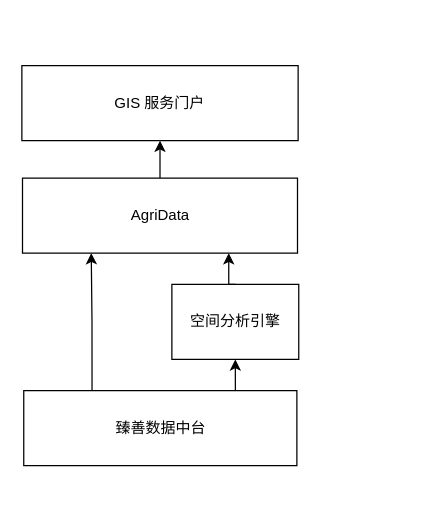
Before: page "第 2 页" (2 of 2) of GIS 一张图.drawio in GISering/diagram, a draw.io diagram. Source tidied: cells renumbered, new cells numbered last; positions are measured from the earlier drawing's top-left corner, leaving out a move shared by most shapes. Both pictures are drawn from the tidied source at 125%, with x=0, y=0 at pixel (21, 65).
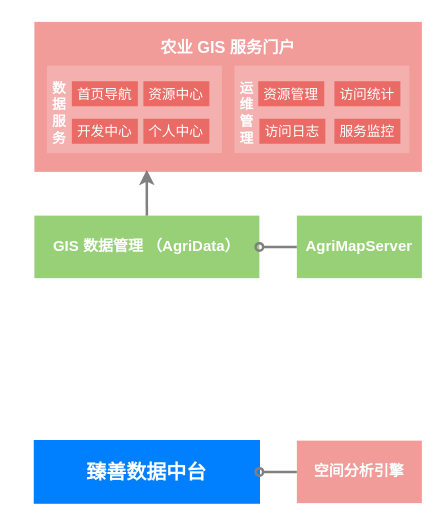
The same page after the edit.

Change to the diagram source:
```diff
@@
-    <mxCell id="2" style="edgeStyle=orthogonalEdgeStyle;rounded=0;jettySize=auto;html=1;exitX=0.75;exitY=0;exitDx=0;exitDy=0;entryX=0.5;entryY=1;entryDx=0;entryDy=0;" parent="1" edge="1" source="4" target="9">
-      <mxGeometry relative="1" as="geometry" />
-    </mxCell>
-    <mxCell id="3" style="edgeStyle=orthogonalEdgeStyle;rounded=0;jettySize=auto;html=1;exitX=0.25;exitY=0;exitDx=0;exitDy=0;entryX=0.25;entryY=1;entryDx=0;entryDy=0;" parent="1" edge="1" source="4" target="6">
-      <mxGeometry relative="1" as="geometry" />
-    </mxCell>
-    <mxCell id="4" value="臻善数据中台" style="rounded=0;whiteSpace=wrap;html=1;" parent="1" vertex="1">
-      <mxGeometry x="1.5" y="260" width="218.5" height="60" as="geometry" />
+    <mxCell id="4" value="臻善数据中台" style="rounded=0;whiteSpace=wrap;html=1;strokeColor=#007FFF;fillColor=#007FFF;fontColor=#FFFFFF;fontStyle=1;fontSize=16;" parent="1" vertex="1">
+      <mxGeometry x="10" y="300" width="180" height="50" as="geometry" />
     </mxCell>
-    <mxCell id="5" style="edgeStyle=orthogonalEdgeStyle;rounded=0;jettySize=auto;html=1;exitX=0.5;exitY=0;exitDx=0;exitDy=0;entryX=0.5;entryY=1;entryDx=0;entryDy=0;" parent="1" edge="1" source="6" target="7">
-      <mxGeometry relative="1" as="geometry" />
-    </mxCell>
-    <mxCell id="6" value="AgriData" style="rounded=0;whiteSpace=wrap;html=1;" parent="1" vertex="1">
-      <mxGeometry x="0.5" y="90" width="220" height="60" as="geometry" />
-    </mxCell>
-    <mxCell id="7" value="GIS 服务门户" style="rounded=0;whiteSpace=wrap;html=1;" parent="1" vertex="1">
-      <mxGeometry width="221" height="60" as="geometry" />
-    </mxCell>
-    <mxCell id="8" style="edgeStyle=orthogonalEdgeStyle;rounded=0;jettySize=auto;html=1;exitX=0.5;exitY=0;exitDx=0;exitDy=0;entryX=0.75;entryY=1;entryDx=0;entryDy=0;" parent="1" edge="1" source="9" target="6">
-      <mxGeometry relative="1" as="geometry" />
-    </mxCell>
+    <mxCell id="10" value="GIS 数据管理 （AgriData）" style="rounded=0;whiteSpace=wrap;html=1;fillColor=#97D077;strokeColor=none;fontColor=#FFFFFF;fontStyle=1;" parent="1" vertex="1">
+      <mxGeometry x="10" y="120" width="180" height="50" as="geometry" />
+    </mxCell>
+    <mxCell id="11" style="rounded=0;whiteSpace=wrap;html=1;fillColor=#F19C99;strokeColor=none;" parent="1" vertex="1">
+      <mxGeometry x="10" y="-35" width="310" height="120" as="geometry" />
+    </mxCell>
+    <mxCell id="12" style="edgeStyle=orthogonalEdgeStyle;rounded=0;jettySize=auto;html=1;exitX=0;exitY=0.5;exitDx=0;exitDy=0;entryX=1;entryY=0.5;entryDx=0;entryDy=0;endArrow=oval;endFill=0;strokeWidth=2;strokeColor=#808080;" parent="1" edge="1" source="9" target="4">
+      <mxGeometry relative="1" as="geometry" />
+    </mxCell>
+    <mxCell id="13" style="rounded=0;whiteSpace=wrap;html=1;strokeColor=none;fillColor=#FFFFFF;fontColor=#FFFFFF;fontStyle=1;verticalAlign=top;fontSize=13;opacity=20;" parent="1" vertex="1">
+      <mxGeometry x="20" width="140" height="70" as="geometry" />
+    </mxCell>
-    <mxCell id="9" value="空间分析引擎" style="rounded=0;whiteSpace=wrap;html=1;" parent="1" vertex="1">
-      <mxGeometry x="120" y="175" width="101.5" height="60" as="geometry" />
+    <mxCell id="9" value="空间分析引擎" style="rounded=0;whiteSpace=wrap;html=1;fillColor=#F19C99;strokeColor=none;fontStyle=1;fontColor=#FFFFFF;" parent="1" vertex="1">
+      <mxGeometry x="220" y="300" width="100" height="50" as="geometry" />
     </mxCell>
+    <mxCell id="14" style="rounded=0;whiteSpace=wrap;html=1;strokeColor=none;fillColor=#FFFFFF;fontColor=#FFFFFF;fontStyle=1;verticalAlign=top;opacity=20;" parent="1" vertex="1">
+      <mxGeometry x="170" width="140" height="70" as="geometry" />
+    </mxCell>
+    <mxCell id="15" value="农业 GIS 服务门户" style="text;html=1;strokeColor=none;fillColor=none;align=center;verticalAlign=middle;whiteSpace=wrap;rounded=0;fontStyle=1;fontColor=#FFFFFF;fontSize=13;" parent="1" vertex="1">
+      <mxGeometry x="88.1" y="-30" width="153.8" height="30" as="geometry" />
+    </mxCell>
+    <mxCell id="16" style="edgeStyle=orthogonalEdgeStyle;rounded=0;jettySize=auto;html=1;exitX=0;exitY=0.5;exitDx=0;exitDy=0;entryX=1;entryY=0.5;entryDx=0;entryDy=0;endArrow=oval;endFill=0;strokeWidth=2;strokeColor=#808080;" parent="1" edge="1" source="17" target="10">
+      <mxGeometry relative="1" as="geometry" />
+    </mxCell>
+    <mxCell id="17" value="AgriMapServer" style="rounded=0;whiteSpace=wrap;html=1;fillColor=#97D077;strokeColor=none;fontColor=#FFFFFF;fontStyle=1;" parent="1" vertex="1">
+      <mxGeometry x="220" y="120" width="100" height="50" as="geometry" />
+    </mxCell>
+    <mxCell id="18" style="edgeStyle=orthogonalEdgeStyle;rounded=0;jettySize=auto;html=1;exitX=0.5;exitY=0;exitDx=0;exitDy=0;entryX=0.29;entryY=0.986;entryDx=0;entryDy=0;entryPerimeter=0;strokeWidth=2;strokeColor=#808080;" parent="1" edge="1" source="10" target="11">
+      <mxGeometry relative="1" as="geometry" />
+    </mxCell>
+    <mxCell id="19" value="数据服务" style="text;html=1;strokeColor=none;fillColor=none;align=center;verticalAlign=middle;whiteSpace=wrap;rounded=0;fontSize=11;rotation=90;horizontal=0;fontStyle=1;fontColor=#FFFFFF;" parent="1" vertex="1">
+      <mxGeometry y="27.5" width="60" height="20" as="geometry" />
+    </mxCell>
+    <mxCell id="20" value="首页导航" style="rounded=0;whiteSpace=wrap;html=1;fillColor=#EA6B66;strokeColor=none;fontSize=11;fontStyle=0;fontColor=#FFFFFF;" parent="1" vertex="1">
+      <mxGeometry x="40" y="12.5" width="52.8" height="20" as="geometry" />
+    </mxCell>
+    <mxCell id="21" value="开发中心" style="rounded=0;whiteSpace=wrap;html=1;fillColor=#EA6B66;strokeColor=none;fontSize=11;fontStyle=0;fontColor=#FFFFFF;" parent="1" vertex="1">
+      <mxGeometry x="40" y="42.5" width="52.8" height="20" as="geometry" />
+    </mxCell>
+    <mxCell id="22" value="个人中心" style="rounded=0;whiteSpace=wrap;html=1;fillColor=#EA6B66;strokeColor=none;fontSize=11;fontStyle=0;fontColor=#FFFFFF;" parent="1" vertex="1">
+      <mxGeometry x="97.2" y="42.5" width="52.8" height="20" as="geometry" />
+    </mxCell>
+    <mxCell id="23" value="资源中心" style="rounded=0;whiteSpace=wrap;html=1;fillColor=#EA6B66;strokeColor=none;fontSize=11;fontStyle=0;fontColor=#FFFFFF;" parent="1" vertex="1">
+      <mxGeometry x="97.2" y="12.5" width="52.8" height="20" as="geometry" />
+    </mxCell>
+    <mxCell id="24" value="运维管理" style="text;html=1;strokeColor=none;fillColor=none;align=center;verticalAlign=middle;whiteSpace=wrap;rounded=0;fontSize=11;rotation=90;horizontal=0;fontStyle=1;fontColor=#FFFFFF;" parent="1" vertex="1">
+      <mxGeometry x="150" y="27.5" width="60" height="20" as="geometry" />
+    </mxCell>
+    <mxCell id="25" value="服务监控" style="rounded=0;whiteSpace=wrap;html=1;fillColor=#EA6B66;strokeColor=none;fontSize=11;fontStyle=0;fontColor=#FFFFFF;" parent="1" vertex="1">
+      <mxGeometry x="250" y="42.5" width="52.8" height="20" as="geometry" />
+    </mxCell>
+    <mxCell id="26" value="访问日志" style="rounded=0;whiteSpace=wrap;html=1;fillColor=#EA6B66;strokeColor=none;fontSize=11;fontStyle=0;fontColor=#FFFFFF;" parent="1" vertex="1">
+      <mxGeometry x="190" y="42.5" width="52.8" height="20" as="geometry" />
+    </mxCell>
+    <mxCell id="27" value="访问统计" style="rounded=0;whiteSpace=wrap;html=1;fillColor=#EA6B66;strokeColor=none;fontSize=11;fontStyle=0;fontColor=#FFFFFF;" parent="1" vertex="1">
+      <mxGeometry x="250" y="12.5" width="52.8" height="20" as="geometry" />
+    </mxCell>
+    <mxCell id="28" value="资源管理" style="rounded=0;whiteSpace=wrap;html=1;fillColor=#EA6B66;strokeColor=none;fontSize=11;fontStyle=0;fontColor=#FFFFFF;" parent="1" vertex="1">
+      <mxGeometry x="189.1" y="12.5" width="52.8" height="20" as="geometry" />
+    </mxCell>
```
